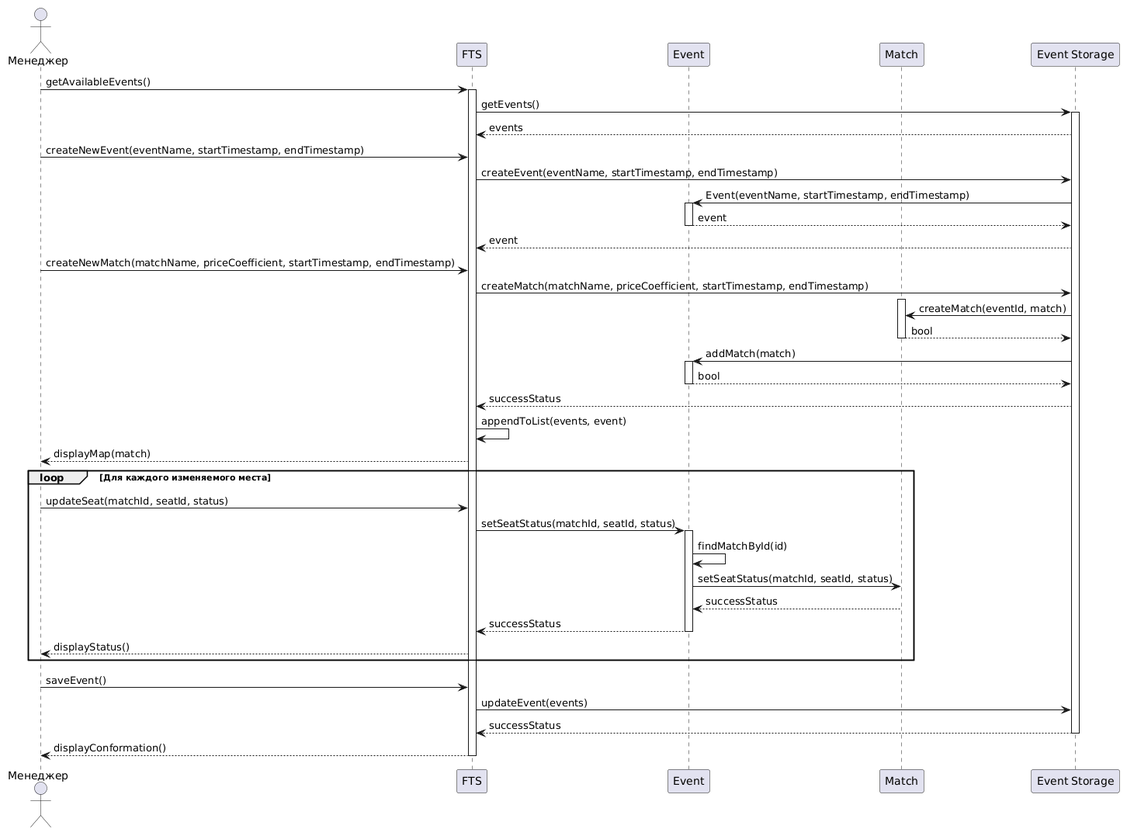
The PlantUML diagram source/diagram3.png in penamarth/bsbo-11-24_team5_var10_football, before a commit.
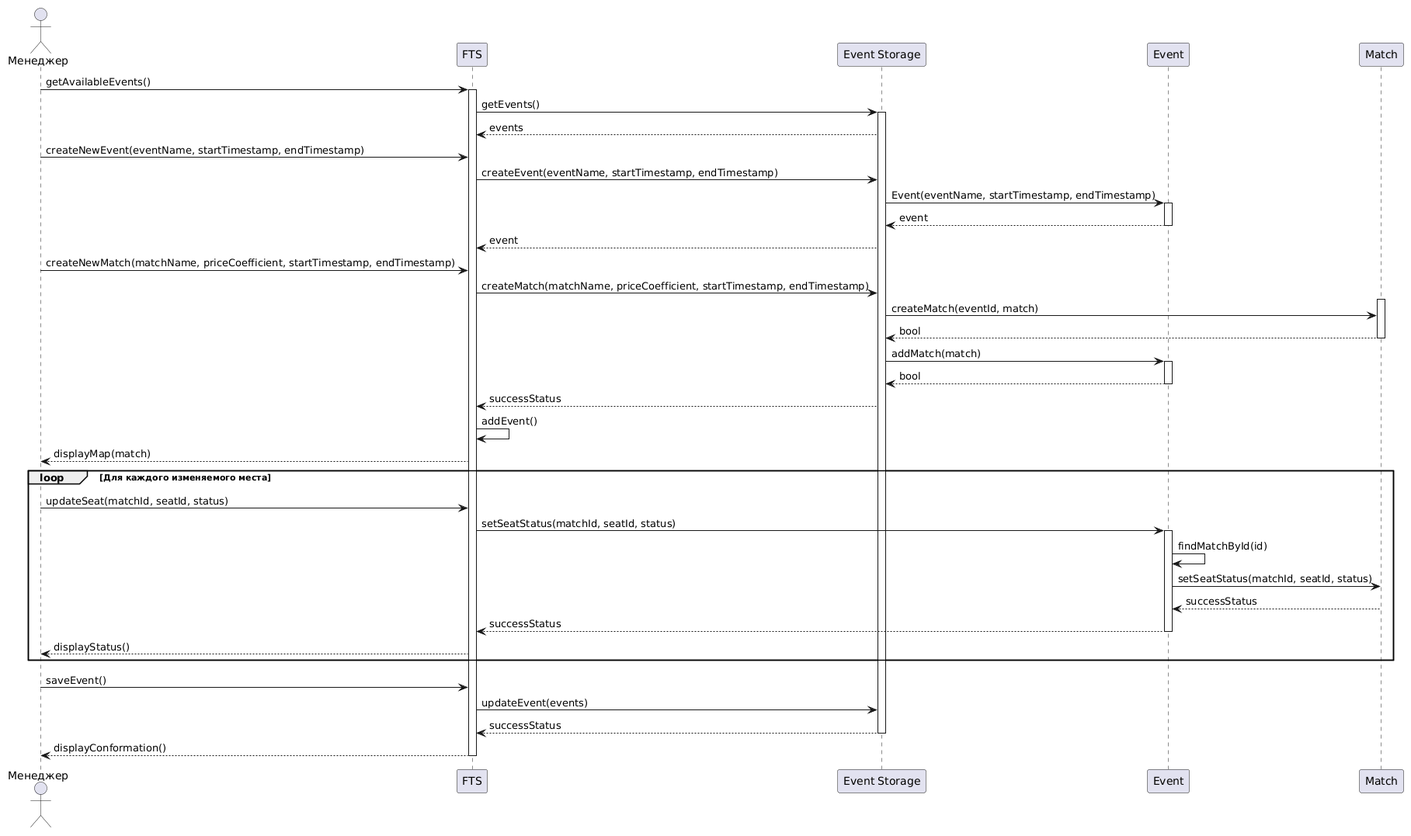
Later version of the same file.

What changed in the source:
```diff
@@ -2,9 +2,10 @@
 actor "Менеджер" as Manager
 
 participant "FTS" as Controller
+participant "Event Storage" as DB
 participant "Event" as Event
 participant "Match" as Match
-participant "Event Storage" as DB
+
 
 Manager -> Controller : getAvailableEvents()
 activate Controller
@@ -33,7 +34,7 @@
 DB --> Controller : successStatus
 
 deactivate Event
-Controller -> Controller : appendToList(events, event)
+Controller -> Controller : addEvent()
 Controller --> Manager : displayMap(match)
 
 loop Для каждого изменяемого места
```
